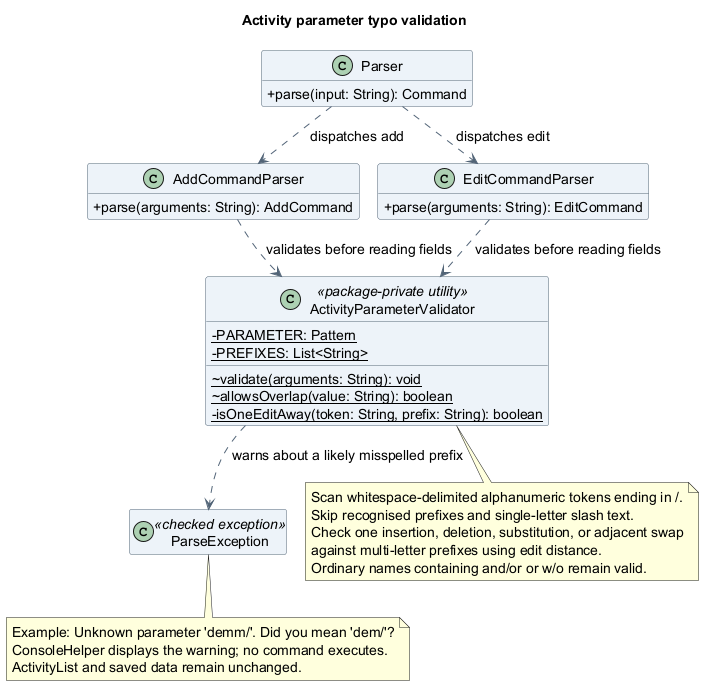
Above: docs/images/atharva/class/ActivityParameterValidatorClassDiagram.png in AY2627S1-CS2113-T10-4/tp (PlantUML), before the change.
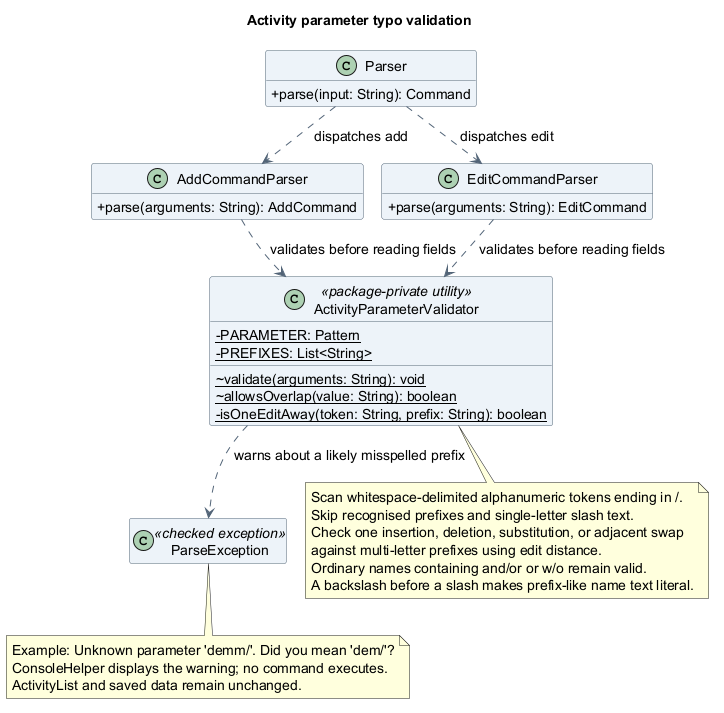
The same file after the commit.

The edit, as a diff of the source:
```diff
@@ -41,6 +41,7 @@
   Check one insertion, deletion, substitution, or adjacent swap
   against multi-letter prefixes using edit distance.
   Ordinary names containing and/or or w/o remain valid.
+  A backslash before a slash makes prefix-like name text literal.
 end note
 note bottom of ParseException
   Example: Unknown parameter 'demm/'. Did you mean 'dem/'?
```
